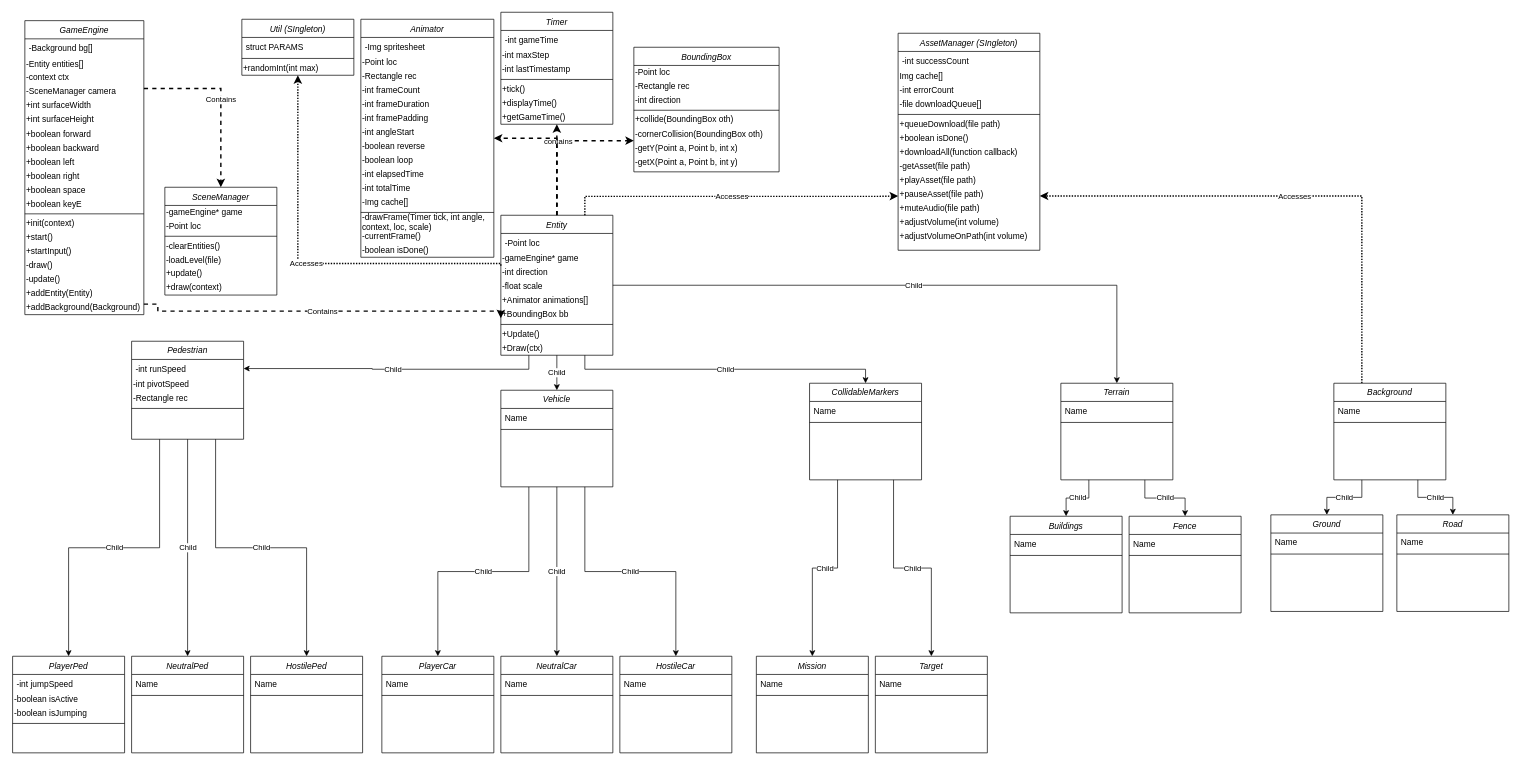
Earlier version of the draw.io diagram HailPizzaRedux.drawio (mperez68/hail_pizza). Source tidied: cells renumbered, new cells numbered last; positions are measured from the earlier drawing's top-left corner, leaving out a move shared by most shapes. Both pictures are drawn from the tidied source at 70%, with x=0, y=0 at pixel (12, 12).
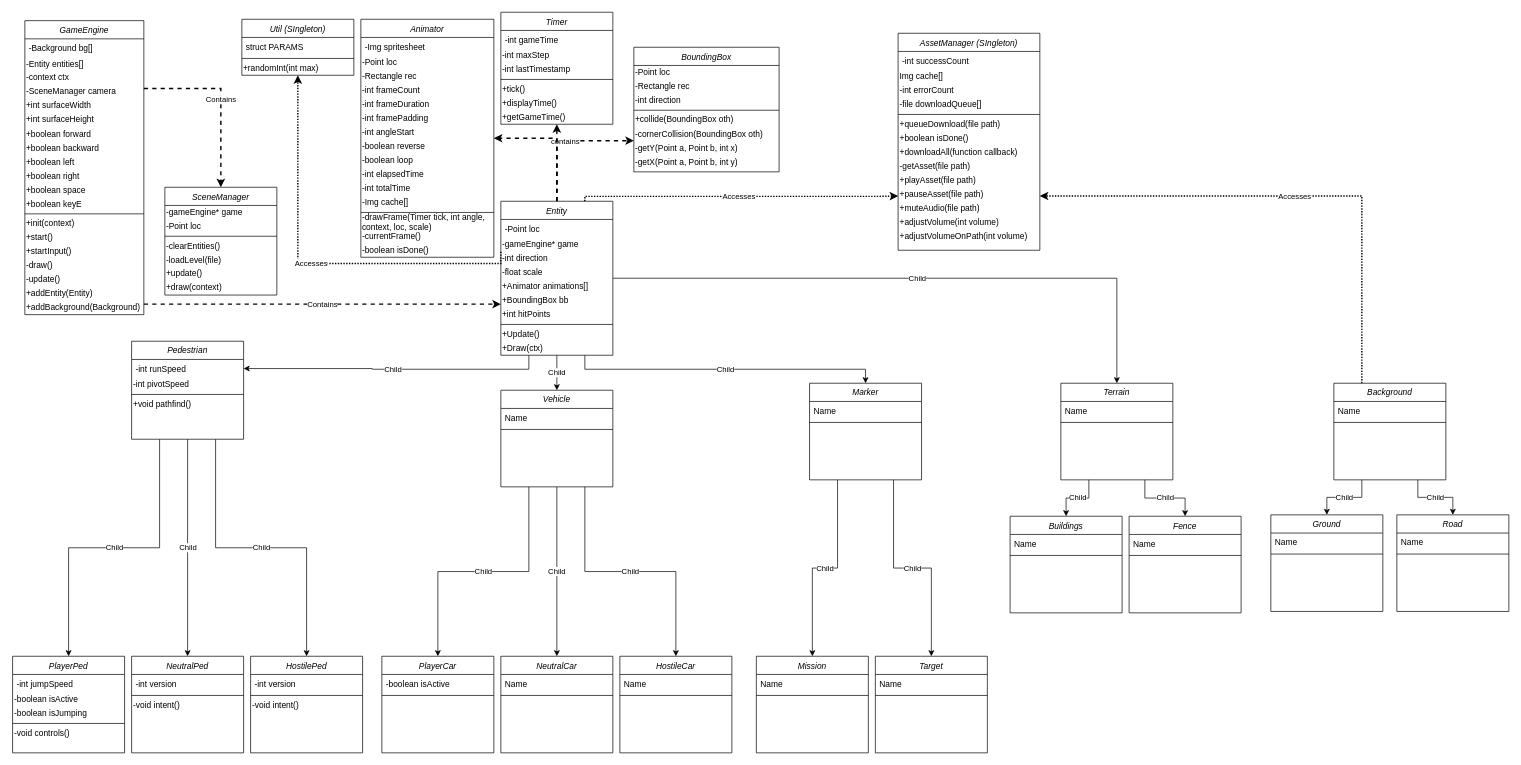
The same diagram, later.

Unchanged cells that the change refers to:
```xml
<mxCell id="23" value="+addBackground(Background)" style="text;html=1;strokeColor=none;fillColor=none;align=left;verticalAlign=middle;whiteSpace=wrap;rounded=0;" parent="3" vertex="1">
  <mxGeometry y="400" width="170" height="20" as="geometry" />
</mxCell>
<mxCell id="83" value="Pedestrian" style="swimlane;fontStyle=2;align=center;verticalAlign=top;horizontal=1;startSize=26;rounded=0;shadow=0;strokeWidth=1;" parent="1" vertex="1">
  <mxGeometry x="170.5" y="470" width="160" height="140" as="geometry" />
</mxCell>
<mxCell id="94" value="PlayerCar" style="swimlane;fontStyle=2;align=center;verticalAlign=top;horizontal=1;startSize=26;rounded=0;shadow=0;strokeWidth=1;" parent="1" vertex="1">
  <mxGeometry x="528" y="920" width="160" height="138" as="geometry" />
</mxCell>
<mxCell id="100" value="PlayerPed" style="swimlane;fontStyle=2;align=center;verticalAlign=top;horizontal=1;startSize=26;rounded=0;shadow=0;strokeWidth=1;" parent="1" vertex="1">
  <mxGeometry x="0.5" y="920" width="160" height="138" as="geometry" />
</mxCell>
<mxCell id="105" value="NeutralPed" style="swimlane;fontStyle=2;align=center;verticalAlign=top;horizontal=1;startSize=26;rounded=0;shadow=0;strokeWidth=1;" parent="1" vertex="1">
  <mxGeometry x="170.5" y="920" width="160" height="138" as="geometry" />
</mxCell>
<mxCell id="119" value="HostilePed" style="swimlane;fontStyle=2;align=center;verticalAlign=top;horizontal=1;startSize=26;rounded=0;shadow=0;strokeWidth=1;" parent="1" vertex="1">
  <mxGeometry x="340.5" y="920" width="160" height="138" as="geometry" />
</mxCell>
<mxCell id="138" value="+BoundingBox bb" style="text;html=1;strokeColor=none;fillColor=none;align=left;verticalAlign=middle;whiteSpace=wrap;rounded=0;" parent="132" vertex="1">
  <mxGeometry y="132" width="160" height="20" as="geometry" />
</mxCell>
```

The edit, as a diff of the source:
```diff
@@
-    <mxCell id="86" value="-Rectangle rec" style="text;html=1;strokeColor=none;fillColor=none;align=left;verticalAlign=middle;whiteSpace=wrap;rounded=0;" parent="83" vertex="1">
-      <mxGeometry y="72" width="160" height="20" as="geometry" />
-    </mxCell>
     <mxCell id="87" style="line;html=1;strokeWidth=1;align=left;verticalAlign=middle;spacingTop=-1;spacingLeft=3;spacingRight=3;labelPosition=right;" parent="83" vertex="1">
-      <mxGeometry y="92" width="160" height="8" as="geometry" />
+      <mxGeometry y="72" width="160" height="8" as="geometry" />
     </mxCell>
+    <mxCell id="173" value="+void pathfind()" style="text;html=1;strokeColor=none;fillColor=none;align=left;verticalAlign=middle;whiteSpace=wrap;rounded=0;" parent="83" vertex="1">
+      <mxGeometry y="80" width="160" height="20" as="geometry" />
+    </mxCell>
@@
-    <mxCell id="95" value="Name" style="text;align=left;verticalAlign=top;spacingLeft=4;spacingRight=4;overflow=hidden;" parent="94" vertex="1">
+    <mxCell id="95" value="-boolean isActive" style="text;align=left;verticalAlign=top;spacingLeft=4;spacingRight=4;overflow=hidden;" parent="94" vertex="1">
       <mxGeometry y="26" width="160" height="26" as="geometry" />
     </mxCell>
@@
+    <mxCell id="174" value="-void controls()" style="text;html=1;strokeColor=none;fillColor=none;align=left;verticalAlign=middle;whiteSpace=wrap;rounded=0;" parent="100" vertex="1">
+      <mxGeometry y="100" width="160" height="20" as="geometry" />
+    </mxCell>
@@
-    <mxCell id="106" value="Name" style="text;align=left;verticalAlign=top;spacingLeft=4;spacingRight=4;overflow=hidden;" parent="105" vertex="1">
+    <mxCell id="106" value="-int version" style="text;align=left;verticalAlign=top;spacingLeft=4;spacingRight=4;overflow=hidden;" parent="105" vertex="1">
       <mxGeometry y="26" width="160" height="26" as="geometry" />
     </mxCell>
@@
+    <mxCell id="175" value="-void intent()" style="text;html=1;strokeColor=none;fillColor=none;align=left;verticalAlign=middle;whiteSpace=wrap;rounded=0;" parent="105" vertex="1">
+      <mxGeometry y="60" width="160" height="20" as="geometry" />
+    </mxCell>
@@
-    <mxCell id="110" value="CollidableMarkers" style="swimlane;fontStyle=2;align=center;verticalAlign=top;horizontal=1;startSize=26;rounded=0;shadow=0;strokeWidth=1;" parent="1" vertex="1">
+    <mxCell id="110" value="Marker" style="swimlane;fontStyle=2;align=center;verticalAlign=top;horizontal=1;startSize=26;rounded=0;shadow=0;strokeWidth=1;" parent="1" vertex="1">
       <mxGeometry x="1139" y="530" width="160" height="138" as="geometry" />
     </mxCell>
@@
-    <mxCell id="120" value="Name" style="text;align=left;verticalAlign=top;spacingLeft=4;spacingRight=4;overflow=hidden;" parent="119" vertex="1">
+    <mxCell id="120" value="-int version" style="text;align=left;verticalAlign=top;spacingLeft=4;spacingRight=4;overflow=hidden;" parent="119" vertex="1">
       <mxGeometry y="26" width="160" height="26" as="geometry" />
     </mxCell>
@@
+    <mxCell id="176" value="-void intent()" style="text;html=1;strokeColor=none;fillColor=none;align=left;verticalAlign=middle;whiteSpace=wrap;rounded=0;" parent="119" vertex="1">
+      <mxGeometry y="60" width="160" height="20" as="geometry" />
+    </mxCell>
@@
     <mxCell id="132" value="Entity" style="swimlane;fontStyle=2;align=center;verticalAlign=top;horizontal=1;startSize=26;rounded=0;shadow=0;strokeWidth=1;" parent="1" vertex="1">
-      <mxGeometry x="698" y="290" width="160" height="200" as="geometry" />
+      <mxGeometry x="698" y="270" width="160" height="220" as="geometry" />
     </mxCell>
@@
+    <mxCell id="177" value="+int hitPoints" style="text;html=1;strokeColor=none;fillColor=none;align=left;verticalAlign=middle;whiteSpace=wrap;rounded=0;" parent="132" vertex="1">
+      <mxGeometry y="152" width="160" height="20" as="geometry" />
+    </mxCell>
     <mxCell id="139" style="line;html=1;strokeWidth=1;align=left;verticalAlign=middle;spacingTop=-1;spacingLeft=3;spacingRight=3;labelPosition=right;" parent="132" vertex="1">
-      <mxGeometry y="152" width="160" height="8" as="geometry" />
+      <mxGeometry y="172" width="160" height="8" as="geometry" />
     </mxCell>
     <mxCell id="140" value="+Update()" style="text;html=1;align=left;verticalAlign=middle;" parent="132" vertex="1">
-      <mxGeometry y="160" width="160" height="20" as="geometry" />
+      <mxGeometry y="180" width="160" height="20" as="geometry" />
     </mxCell>
     <mxCell id="141" value="+Draw(ctx)" style="text;html=1;strokeColor=none;fillColor=none;align=left;verticalAlign=middle;whiteSpace=wrap;rounded=0;" parent="132" vertex="1">
-      <mxGeometry y="180" width="160" height="20" as="geometry" />
+      <mxGeometry y="200" width="160" height="20" as="geometry" />
     </mxCell>
@@
     <mxCell id="150" value="Contains" style="edgeStyle=orthogonalEdgeStyle;rounded=0;jettySize=auto;html=1;exitX=1;exitY=0.25;exitDx=0;exitDy=0;dashed=1;strokeWidth=2;entryX=0;entryY=0.75;entryDx=0;entryDy=0;" parent="1" edge="1" source="23" target="138">
       <mxGeometry relative="1" as="geometry">
         <Array as="points">
-          <mxPoint x="208" y="417" />
-          <mxPoint x="208" y="427" />
+          <mxPoint x="638" y="417" />
+          <mxPoint x="638" y="417" />
         </Array>
       </mxGeometry>
     </mxCell>
```
